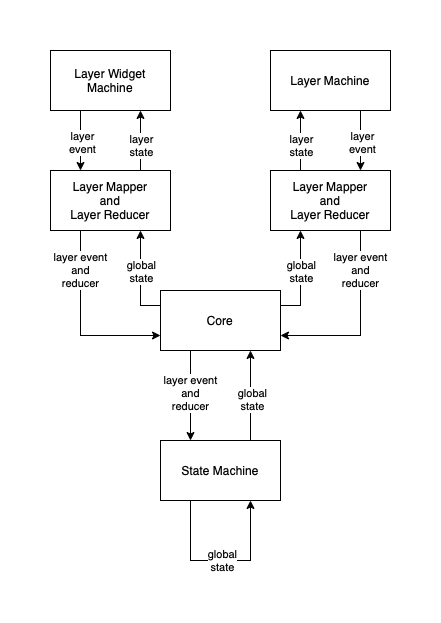
Earlier version of the draw.io export images/architecture.drawio.png (prokhor-andrew/simprokcore-flutter). Source tidied: cells renumbered, new cells last; positions are measured from the earlier drawing's top-left corner, leaving out a move shared by most shapes. The source it was exported from:
```xml
<mxGraphModel>
  <root>
    <mxCell id="0" />
    <mxCell id="1" parent="0" />
    <mxCell id="2" style="edgeStyle=orthogonalEdgeStyle;rounded=0;jettySize=auto;html=1;exitX=0;exitY=0.25;exitDx=0;exitDy=0;entryX=0.75;entryY=1;entryDx=0;entryDy=0;" parent="1" edge="1" source="4" target="13">
      <mxGeometry relative="1" as="geometry" />
    </mxCell>
    <mxCell id="3" value="global&lt;br&gt;state" style="edgeLabel;html=1;align=center;verticalAlign=middle;" parent="2" vertex="1">
      <mxGeometry x="0.16" relative="1" as="geometry" />
    </mxCell>
    <mxCell id="4" value="Core" style="rounded=0;whiteSpace=wrap;html=1;" parent="1" vertex="1">
      <mxGeometry x="110" y="240" width="120" height="60" as="geometry" />
    </mxCell>
    <mxCell id="5" style="edgeStyle=orthogonalEdgeStyle;rounded=0;jettySize=auto;html=1;exitX=0.25;exitY=1;exitDx=0;exitDy=0;entryX=0.25;entryY=0;entryDx=0;entryDy=0;" parent="1" edge="1" source="4" target="7">
      <mxGeometry relative="1" as="geometry" />
    </mxCell>
    <mxCell id="6" value="layer event&lt;br&gt;and&lt;br&gt;reducer" style="edgeLabel;html=1;align=center;verticalAlign=middle;" parent="5" vertex="1">
      <mxGeometry x="-0.07" y="-1" relative="1" as="geometry" />
    </mxCell>
    <mxCell id="7" value="State Machine" style="rounded=0;whiteSpace=wrap;html=1;" parent="1" vertex="1">
      <mxGeometry x="110" y="390" width="120" height="60" as="geometry" />
    </mxCell>
    <mxCell id="8" style="edgeStyle=orthogonalEdgeStyle;rounded=0;orthogonalLoop=1;jettySize=auto;html=1;exitX=0.5;exitY=1;exitDx=0;exitDy=0;" parent="1" edge="1" source="7" target="7">
      <mxGeometry relative="1" as="geometry" />
    </mxCell>
    <mxCell id="9" style="edgeStyle=orthogonalEdgeStyle;rounded=0;jettySize=auto;html=1;exitX=0.75;exitY=0;exitDx=0;exitDy=0;entryX=0.75;entryY=1;entryDx=0;entryDy=0;" parent="1" edge="1" source="13" target="16">
      <mxGeometry relative="1" as="geometry" />
    </mxCell>
    <mxCell id="10" value="layer&lt;br&gt;state" style="edgeLabel;html=1;align=center;verticalAlign=middle;" parent="9" vertex="1">
      <mxGeometry x="-0.13" relative="1" as="geometry" />
    </mxCell>
    <mxCell id="11" style="edgeStyle=orthogonalEdgeStyle;rounded=0;jettySize=auto;html=1;exitX=0.25;exitY=1;exitDx=0;exitDy=0;entryX=0;entryY=0.75;entryDx=0;entryDy=0;" parent="1" edge="1" source="13" target="4">
      <mxGeometry relative="1" as="geometry" />
    </mxCell>
    <mxCell id="12" value="layer event&lt;br&gt;and&lt;br&gt;reducer" style="edgeLabel;html=1;align=center;verticalAlign=middle;" parent="11" vertex="1">
      <mxGeometry x="-0.58" y="-1" relative="1" as="geometry" />
    </mxCell>
    <mxCell id="13" value="Layer Mapper&lt;br&gt;and&lt;br&gt;Layer Reducer" style="rounded=0;whiteSpace=wrap;html=1;" parent="1" vertex="1">
      <mxGeometry y="120" width="120" height="60" as="geometry" />
    </mxCell>
    <mxCell id="14" style="edgeStyle=orthogonalEdgeStyle;rounded=0;jettySize=auto;html=1;exitX=0.25;exitY=1;exitDx=0;exitDy=0;entryX=0.25;entryY=0;entryDx=0;entryDy=0;" parent="1" edge="1" source="16" target="13">
      <mxGeometry relative="1" as="geometry" />
    </mxCell>
    <mxCell id="15" value="layer&lt;br&gt;event" style="edgeLabel;html=1;align=center;verticalAlign=middle;" parent="14" vertex="1">
      <mxGeometry x="0.03" y="1" relative="1" as="geometry" />
    </mxCell>
    <mxCell id="16" value="Layer Widget Machine" style="rounded=0;whiteSpace=wrap;html=1;" parent="1" vertex="1">
      <mxGeometry width="120" height="60" as="geometry" />
    </mxCell>
    <mxCell id="17" style="edgeStyle=orthogonalEdgeStyle;rounded=0;jettySize=auto;html=1;exitX=0.75;exitY=0;exitDx=0;exitDy=0;entryX=0.25;entryY=0;entryDx=0;entryDy=0;" parent="1" edge="1" source="7">
      <mxGeometry relative="1" as="geometry">
        <mxPoint x="200" y="300" as="targetPoint" />
      </mxGeometry>
    </mxCell>
    <mxCell id="18" value="global&lt;br&gt;state" style="edgeLabel;html=1;align=center;verticalAlign=middle;" parent="17" vertex="1">
      <mxGeometry x="-0.07" y="-1" relative="1" as="geometry" />
    </mxCell>
    <mxCell id="19" style="edgeStyle=orthogonalEdgeStyle;rounded=0;orthogonalLoop=1;jettySize=auto;html=1;exitX=0.25;exitY=1;exitDx=0;exitDy=0;entryX=0.75;entryY=1;entryDx=0;entryDy=0;" parent="1" edge="1" source="7" target="7">
      <mxGeometry relative="1" as="geometry">
        <Array as="points">
          <mxPoint x="140" y="510" />
          <mxPoint x="200" y="510" />
        </Array>
      </mxGeometry>
    </mxCell>
    <mxCell id="20" value="global&lt;br&gt;state" style="edgeLabel;html=1;align=center;verticalAlign=middle;" parent="19" vertex="1">
      <mxGeometry x="0.01" y="1" relative="1" as="geometry" />
    </mxCell>
    <mxCell id="21" value="Layer Mapper&lt;br&gt;and&lt;br&gt;Layer Reducer" style="rounded=0;whiteSpace=wrap;html=1;" parent="1" vertex="1">
      <mxGeometry x="220" y="120" width="120" height="60" as="geometry" />
    </mxCell>
    <mxCell id="22" value="Layer Machine" style="rounded=0;whiteSpace=wrap;html=1;" parent="1" vertex="1">
      <mxGeometry x="220" width="120" height="60" as="geometry" />
    </mxCell>
    <mxCell id="23" style="edgeStyle=orthogonalEdgeStyle;rounded=0;jettySize=auto;html=1;exitX=0.25;exitY=0;exitDx=0;exitDy=0;entryX=0.25;entryY=1;entryDx=0;entryDy=0;" parent="1" edge="1" source="21" target="22">
      <mxGeometry relative="1" as="geometry" />
    </mxCell>
    <mxCell id="24" value="layer&lt;br&gt;state" style="edgeLabel;html=1;align=center;verticalAlign=middle;" parent="23" vertex="1">
      <mxGeometry x="-0.13" relative="1" as="geometry" />
    </mxCell>
    <mxCell id="25" style="edgeStyle=orthogonalEdgeStyle;rounded=0;jettySize=auto;html=1;exitX=0.75;exitY=1;exitDx=0;exitDy=0;entryX=0.75;entryY=0;entryDx=0;entryDy=0;" parent="1" edge="1" source="22" target="21">
      <mxGeometry relative="1" as="geometry" />
    </mxCell>
    <mxCell id="26" value="layer&lt;br&gt;event" style="edgeLabel;html=1;align=center;verticalAlign=middle;" parent="25" vertex="1">
      <mxGeometry x="0.03" y="1" relative="1" as="geometry" />
    </mxCell>
    <mxCell id="27" style="edgeStyle=orthogonalEdgeStyle;rounded=0;jettySize=auto;html=1;exitX=1;exitY=0.25;exitDx=0;exitDy=0;entryX=0.25;entryY=1;entryDx=0;entryDy=0;" parent="1" edge="1" source="4" target="21">
      <mxGeometry relative="1" as="geometry" />
    </mxCell>
    <mxCell id="28" value="global&lt;br&gt;state" style="edgeLabel;html=1;align=center;verticalAlign=middle;" parent="27" vertex="1">
      <mxGeometry x="0.16" relative="1" as="geometry" />
    </mxCell>
    <mxCell id="29" style="edgeStyle=orthogonalEdgeStyle;rounded=0;jettySize=auto;html=1;exitX=0.75;exitY=1;exitDx=0;exitDy=0;entryX=1;entryY=0.75;entryDx=0;entryDy=0;" parent="1" edge="1" source="21" target="4">
      <mxGeometry relative="1" as="geometry" />
    </mxCell>
    <mxCell id="30" value="layer event&lt;br&gt;and&lt;br&gt;reducer" style="edgeLabel;html=1;align=center;verticalAlign=middle;" parent="29" vertex="1">
      <mxGeometry x="-0.58" y="-1" relative="1" as="geometry" />
    </mxCell>
  </root>
</mxGraphModel>
```
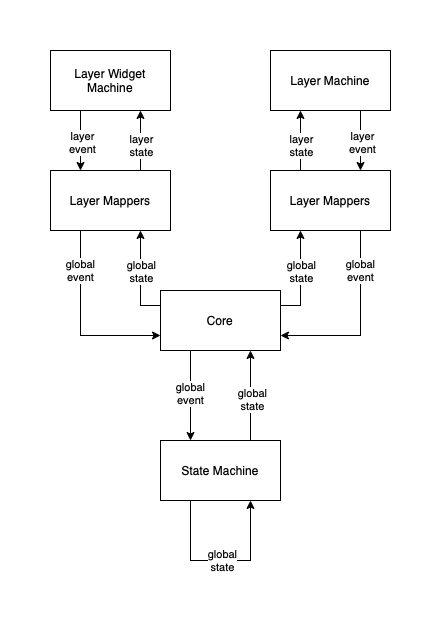
Later version of the same file.

Diff of the diagram source:
```diff
@@ -14,7 +14,7 @@
     <mxCell id="5" style="edgeStyle=orthogonalEdgeStyle;rounded=0;jettySize=auto;html=1;exitX=0.25;exitY=1;exitDx=0;exitDy=0;entryX=0.25;entryY=0;entryDx=0;entryDy=0;" parent="1" edge="1" source="4" target="7">
       <mxGeometry relative="1" as="geometry" />
     </mxCell>
-    <mxCell id="6" value="layer event&lt;br&gt;and&lt;br&gt;reducer" style="edgeLabel;html=1;align=center;verticalAlign=middle;" parent="5" vertex="1">
+    <mxCell id="6" value="global&lt;br&gt;event" style="edgeLabel;html=1;align=center;verticalAlign=middle;" parent="5" vertex="1">
       <mxGeometry x="-0.07" y="-1" relative="1" as="geometry" />
     </mxCell>
     <mxCell id="7" value="State Machine" style="rounded=0;whiteSpace=wrap;html=1;" parent="1" vertex="1">
@@ -32,10 +32,10 @@
     <mxCell id="11" style="edgeStyle=orthogonalEdgeStyle;rounded=0;jettySize=auto;html=1;exitX=0.25;exitY=1;exitDx=0;exitDy=0;entryX=0;entryY=0.75;entryDx=0;entryDy=0;" parent="1" edge="1" source="13" target="4">
       <mxGeometry relative="1" as="geometry" />
     </mxCell>
-    <mxCell id="12" value="layer event&lt;br&gt;and&lt;br&gt;reducer" style="edgeLabel;html=1;align=center;verticalAlign=middle;" parent="11" vertex="1">
+    <mxCell id="12" value="global&lt;br&gt;event" style="edgeLabel;html=1;align=center;verticalAlign=middle;" parent="11" vertex="1">
       <mxGeometry x="-0.58" y="-1" relative="1" as="geometry" />
     </mxCell>
-    <mxCell id="13" value="Layer Mapper&lt;br&gt;and&lt;br&gt;Layer Reducer" style="rounded=0;whiteSpace=wrap;html=1;" parent="1" vertex="1">
+    <mxCell id="13" value="Layer Mappers" style="rounded=0;whiteSpace=wrap;html=1;" parent="1" vertex="1">
       <mxGeometry y="120" width="120" height="60" as="geometry" />
     </mxCell>
     <mxCell id="14" style="edgeStyle=orthogonalEdgeStyle;rounded=0;jettySize=auto;html=1;exitX=0.25;exitY=1;exitDx=0;exitDy=0;entryX=0.25;entryY=0;entryDx=0;entryDy=0;" parent="1" edge="1" source="16" target="13">
@@ -66,7 +66,7 @@
     <mxCell id="20" value="global&lt;br&gt;state" style="edgeLabel;html=1;align=center;verticalAlign=middle;" parent="19" vertex="1">
       <mxGeometry x="0.01" y="1" relative="1" as="geometry" />
     </mxCell>
-    <mxCell id="21" value="Layer Mapper&lt;br&gt;and&lt;br&gt;Layer Reducer" style="rounded=0;whiteSpace=wrap;html=1;" parent="1" vertex="1">
+    <mxCell id="21" value="Layer Mappers" style="rounded=0;whiteSpace=wrap;html=1;" parent="1" vertex="1">
       <mxGeometry x="220" y="120" width="120" height="60" as="geometry" />
     </mxCell>
     <mxCell id="22" value="Layer Machine" style="rounded=0;whiteSpace=wrap;html=1;" parent="1" vertex="1">
@@ -93,7 +93,7 @@
     <mxCell id="29" style="edgeStyle=orthogonalEdgeStyle;rounded=0;jettySize=auto;html=1;exitX=0.75;exitY=1;exitDx=0;exitDy=0;entryX=1;entryY=0.75;entryDx=0;entryDy=0;" parent="1" edge="1" source="21" target="4">
       <mxGeometry relative="1" as="geometry" />
     </mxCell>
-    <mxCell id="30" value="layer event&lt;br&gt;and&lt;br&gt;reducer" style="edgeLabel;html=1;align=center;verticalAlign=middle;" parent="29" vertex="1">
+    <mxCell id="30" value="global&lt;br&gt;event" style="edgeLabel;html=1;align=center;verticalAlign=middle;" parent="29" vertex="1">
       <mxGeometry x="-0.58" y="-1" relative="1" as="geometry" />
     </mxCell>
   </root>
```
